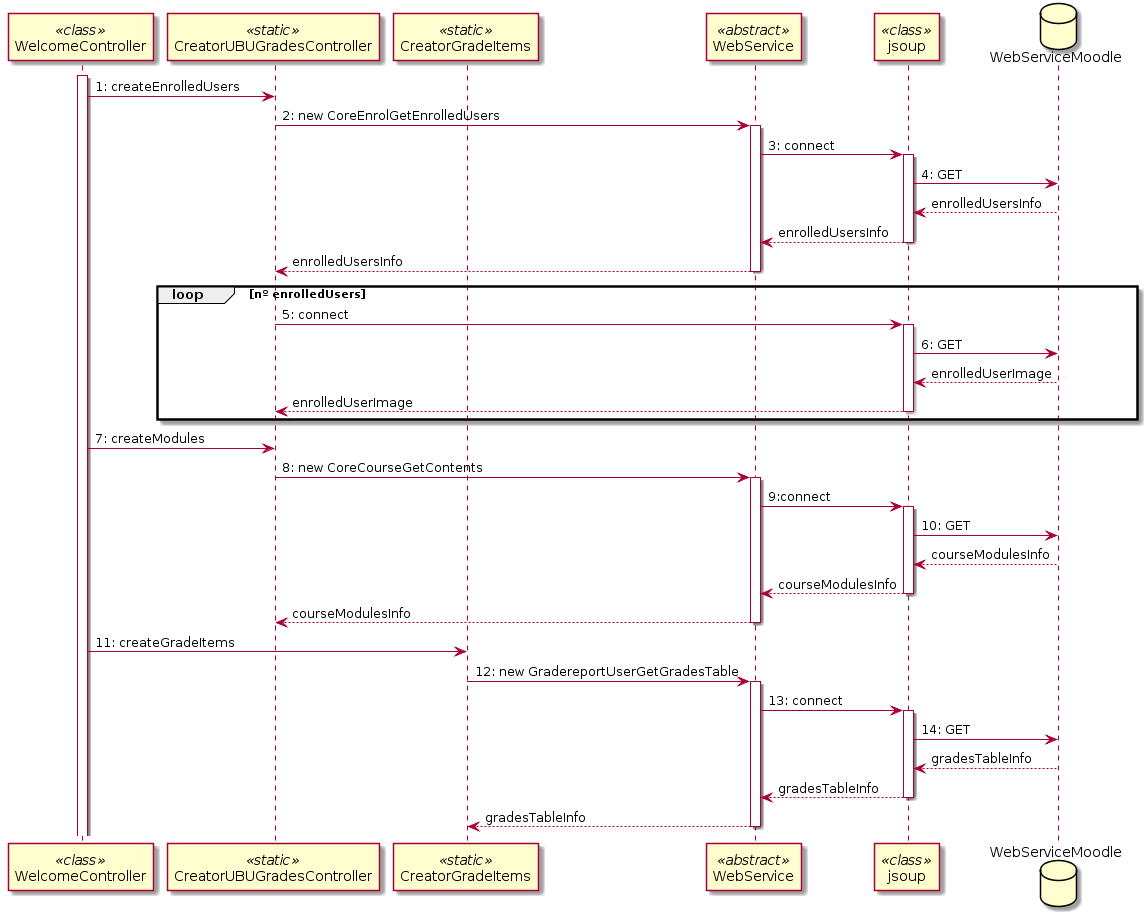
Before: latex/img/diagrama_secuencia_webservice.png, a diagram exported from PlantUML (yjx0003/UBUMonitor).
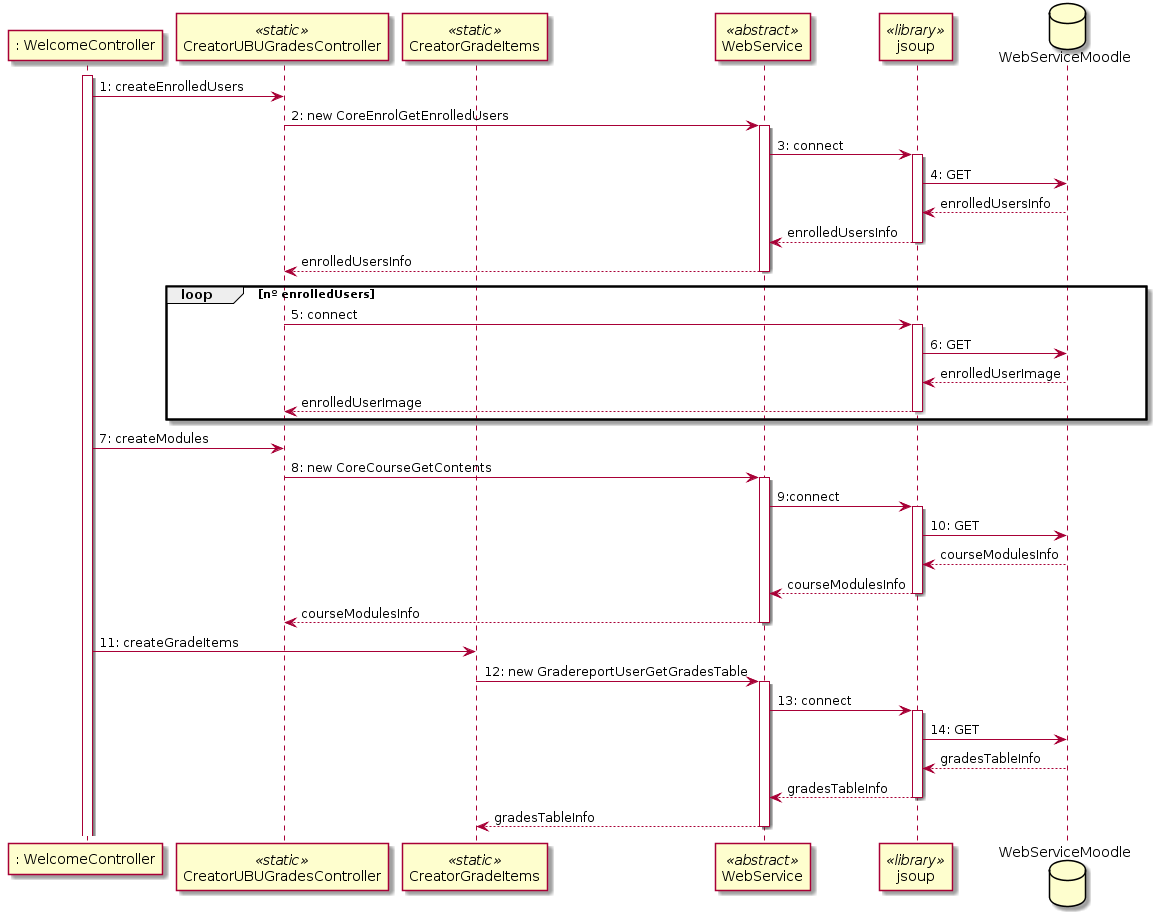
Later version of the same file.

What changed in the source:
```diff
@@ -1,9 +1,9 @@
 @startuml
-participant WelcomeController <<class>>
+participant ": WelcomeController" as WelcomeController
 participant CreatorUBUGradesController <<static>>
 participant CreatorGradeItems  <<static>>
 participant WebService <<abstract>>
-participant jsoup <<class>>
+participant jsoup <<library>>
 database WebServiceMoodle
 
 activate WelcomeController
```
